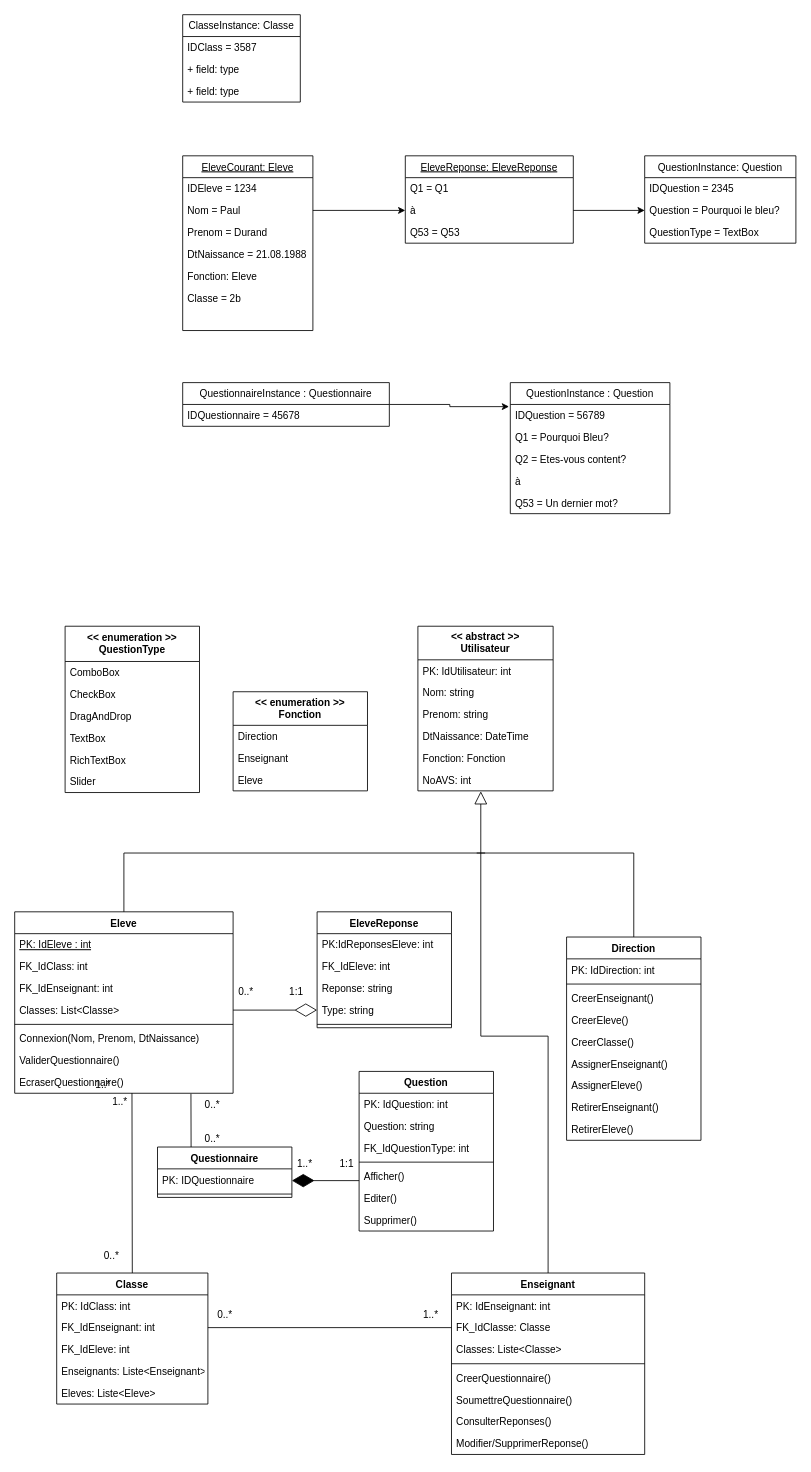
Before: Diagram Objet.drawio in Devetik/Diagrammes, a draw.io diagram. Source tidied: cells renumbered, new cells numbered last; positions are measured from the earlier drawing's top-left corner, leaving out a move shared by most shapes. Both pictures are drawn from the tidied source at 84%, with x=0, y=0 at pixel (14, 14).
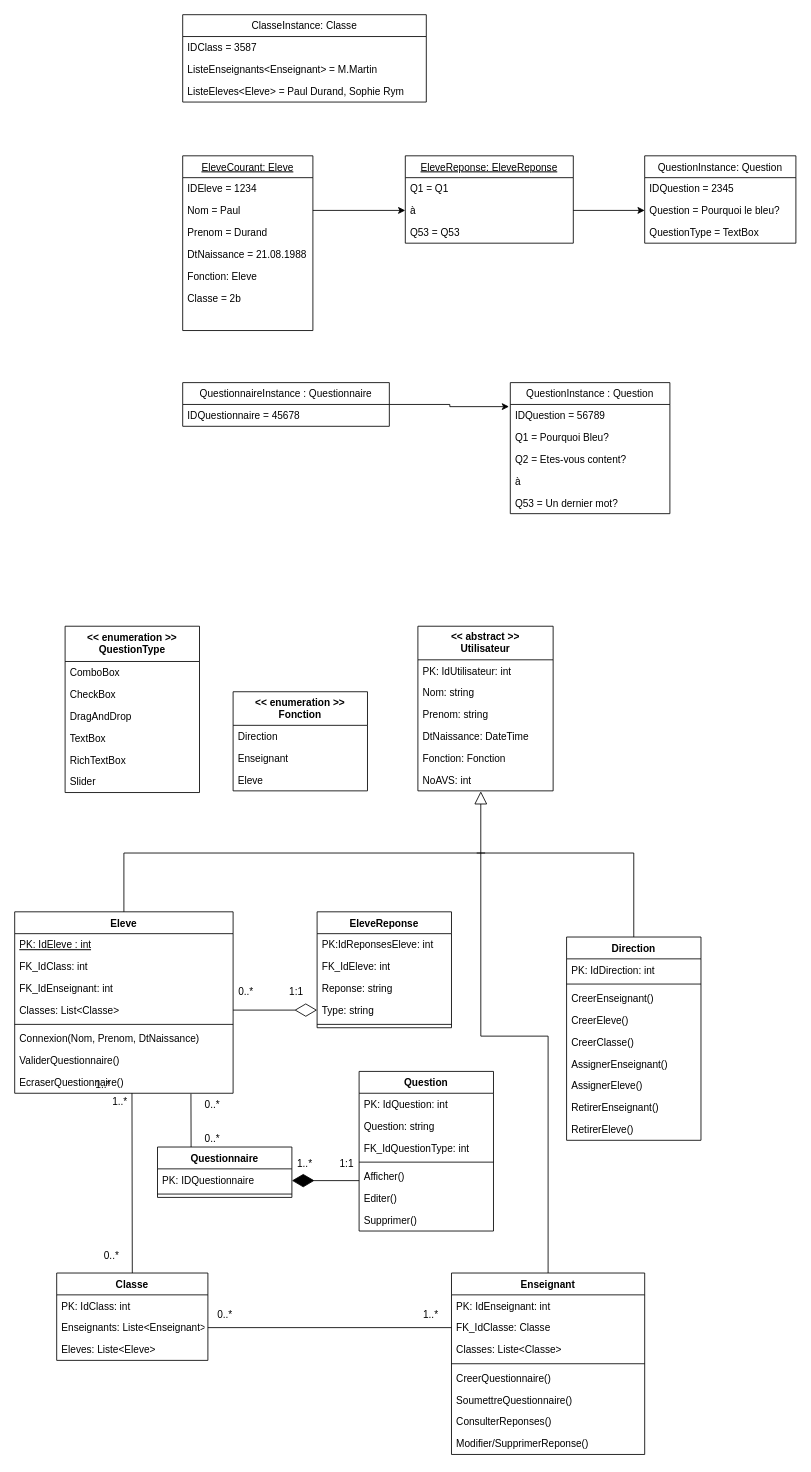
The same page after the edit.

The change refers to these unchanged cells:
```xml
<mxCell id="15" value="FK_IdClasse: Classe" style="text;strokeColor=none;fillColor=none;align=left;verticalAlign=top;spacingLeft=4;spacingRight=4;overflow=hidden;points=[[0,0.5],[1,0.5]];portConstraint=eastwest;" parent="13" vertex="1">
  <mxGeometry y="52" width="230" height="26" as="geometry" />
</mxCell>
```

Change to the diagram source:
```diff
@@
     <mxCell id="22" value="Classe" style="swimlane;fontStyle=1;align=center;verticalAlign=top;horizontal=1;startSize=26;" parent="1" vertex="1">
-      <mxGeometry x="50" y="1498" width="180" height="156" as="geometry" />
+      <mxGeometry x="50" y="1498" width="180" height="104" as="geometry" />
     </mxCell>
@@
-    <mxCell id="24" value="FK_IdEnseignant: int" style="text;strokeColor=none;fillColor=none;align=left;verticalAlign=top;spacingLeft=4;spacingRight=4;overflow=hidden;points=[[0,0.5],[1,0.5]];portConstraint=eastwest;" parent="22" vertex="1">
-      <mxGeometry y="52" width="180" height="26" as="geometry" />
-    </mxCell>
-    <mxCell id="25" value="FK_IdEleve: int" style="text;strokeColor=none;fillColor=none;align=left;verticalAlign=top;spacingLeft=4;spacingRight=4;overflow=hidden;" parent="22" vertex="1">
-      <mxGeometry y="78" width="180" height="26" as="geometry" />
-    </mxCell>
     <mxCell id="26" value="Enseignants: Liste&lt;Enseignant&gt;" style="text;strokeColor=none;fillColor=none;align=left;verticalAlign=top;spacingLeft=4;spacingRight=4;overflow=hidden;" parent="22" vertex="1">
-      <mxGeometry y="104" width="180" height="26" as="geometry" />
+      <mxGeometry y="52" width="180" height="26" as="geometry" />
     </mxCell>
     <mxCell id="27" value="Eleves: Liste&lt;Eleve&gt;" style="text;strokeColor=none;fillColor=none;align=left;verticalAlign=top;spacingLeft=4;spacingRight=4;overflow=hidden;" parent="22" vertex="1">
-      <mxGeometry y="130" width="180" height="26" as="geometry" />
+      <mxGeometry y="78" width="180" height="26" as="geometry" />
     </mxCell>
@@
-    <mxCell id="52" style="endArrow=none;html=1;rounded=0;entryX=0;entryY=0.5;entryDx=0;entryDy=0;exitX=1;exitY=0.5;exitDx=0;exitDy=0;" parent="1" edge="1" source="24" target="15">
-      <mxGeometry relative="1" as="geometry" />
+    <mxCell id="52" style="endArrow=none;html=1;rounded=0;entryX=0;entryY=0.5;entryDx=0;entryDy=0;exitX=1;exitY=0.5;exitDx=0;exitDy=0;" parent="1" edge="1" target="15">
+      <mxGeometry relative="1" as="geometry">
+        <mxPoint x="230" y="1563" as="sourcePoint" />
+      </mxGeometry>
     </mxCell>
@@
     <mxCell id="117" value="ClasseInstance: Classe" style="swimlane;fontStyle=0;horizontal=1;startSize=26;fillColor=none;" parent="1" vertex="1">
-      <mxGeometry x="200" width="140" height="104" as="geometry" />
+      <mxGeometry x="200" width="290" height="104" as="geometry" />
     </mxCell>
     <mxCell id="118" value="IDClass = 3587" style="text;strokeColor=none;fillColor=none;align=left;verticalAlign=top;spacingLeft=4;spacingRight=4;overflow=hidden;" parent="117" vertex="1">
-      <mxGeometry y="26" width="140" height="26" as="geometry" />
+      <mxGeometry y="26" width="290" height="26" as="geometry" />
     </mxCell>
-    <mxCell id="119" value="+ field: type" style="text;strokeColor=none;fillColor=none;align=left;verticalAlign=top;spacingLeft=4;spacingRight=4;overflow=hidden;" parent="117" vertex="1">
-      <mxGeometry y="52" width="140" height="26" as="geometry" />
-    </mxCell>
-    <mxCell id="120" value="+ field: type" style="text;strokeColor=none;fillColor=none;align=left;verticalAlign=top;spacingLeft=4;spacingRight=4;overflow=hidden;" parent="117" vertex="1">
-      <mxGeometry y="78" width="140" height="26" as="geometry" />
+    <mxCell id="120" value="ListeEnseignants&lt;Enseignant&gt; = M.Martin" style="text;strokeColor=none;fillColor=none;align=left;verticalAlign=top;spacingLeft=4;spacingRight=4;overflow=hidden;" parent="117" vertex="1">
+      <mxGeometry y="52" width="290" height="26" as="geometry" />
     </mxCell>
+    <mxCell id="121" value="ListeEleves&lt;Eleve&gt; = Paul Durand, Sophie Rym" style="text;strokeColor=none;fillColor=none;align=left;verticalAlign=top;spacingLeft=4;spacingRight=4;overflow=hidden;" parent="117" vertex="1">
+      <mxGeometry y="78" width="290" height="26" as="geometry" />
+    </mxCell>
```
